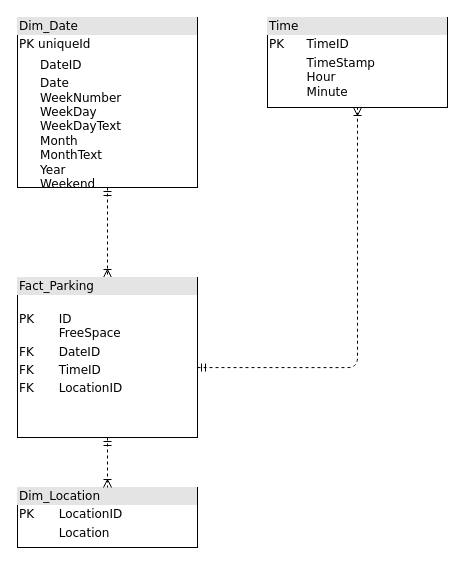
Earlier version of the draw.io diagram StavPark.drawio (sgsakseid/StavPark). Source tidied: cells renumbered, new cells numbered last; positions are measured from the earlier drawing's top-left corner, leaving out a move shared by most shapes. Both pictures are drawn from the tidied source at 100%, with x=0, y=0 at pixel (17, 17).
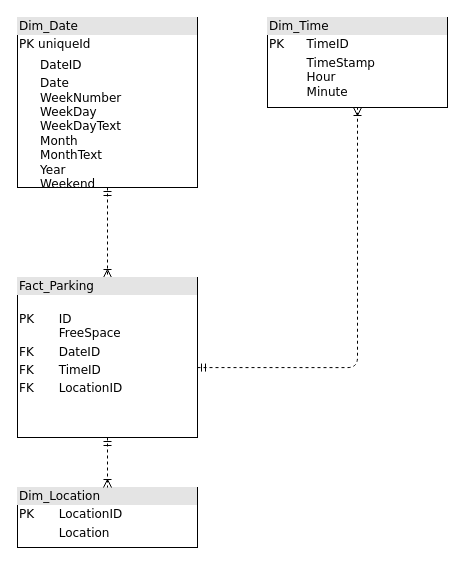
The same diagram, later.

Change to the diagram source:
```diff
@@
 <mxGraphModel>
   <root>
     <mxCell id="0" />
     <mxCell id="1" parent="0" />
     <mxCell id="2" style="edgeStyle=orthogonalEdgeStyle;html=1;entryX=0.5;entryY=0;dashed=1;labelBackgroundColor=none;startArrow=ERmandOne;endArrow=ERoneToMany;fontFamily=Verdana;fontSize=12;align=left;entryDx=0;entryDy=0;entryPerimeter=0;exitX=0.5;exitY=1;exitDx=0;exitDy=0;" parent="1" edge="1" source="8" target="6">
       <mxGeometry relative="1" as="geometry" />
     </mxCell>
     <mxCell id="3" style="edgeStyle=orthogonalEdgeStyle;html=1;dashed=1;labelBackgroundColor=none;startArrow=ERmandOne;endArrow=ERoneToMany;fontFamily=Verdana;fontSize=12;align=left;exitX=1;exitY=0.563;exitDx=0;exitDy=0;exitPerimeter=0;entryX=0.5;entryY=1;entryDx=0;entryDy=0;" parent="1" edge="1" source="6" target="7">
       <mxGeometry relative="1" as="geometry">
         <Array as="points">
           <mxPoint x="340" y="350" />
         </Array>
       </mxGeometry>
     </mxCell>
     <mxCell id="4" value="&lt;div style=&quot;box-sizing: border-box ; width: 100% ; background: #e4e4e4 ; padding: 2px&quot;&gt;Dim_Location&lt;/div&gt;&lt;table style=&quot;width: 100% ; font-size: 1em&quot; cellpadding=&quot;2&quot; cellspacing=&quot;0&quot;&gt;&lt;tbody&gt;&lt;tr&gt;&lt;td&gt;PK&lt;/td&gt;&lt;td&gt;LocationID&lt;/td&gt;&lt;/tr&gt;&lt;tr&gt;&lt;td&gt;&lt;br&gt;&lt;/td&gt;&lt;td&gt;Location&lt;/td&gt;&lt;/tr&gt;&lt;/tbody&gt;&lt;/table&gt;" style="verticalAlign=top;align=left;overflow=fill;html=1;rounded=0;shadow=0;comic=0;labelBackgroundColor=none;strokeWidth=1;fontFamily=Verdana;fontSize=12;" parent="1" vertex="1">
       <mxGeometry y="470" width="180" height="60" as="geometry" />
     </mxCell>
     <mxCell id="5" style="edgeStyle=orthogonalEdgeStyle;html=1;entryX=0.5;entryY=0;labelBackgroundColor=none;startArrow=ERmandOne;endArrow=ERoneToMany;fontFamily=Verdana;fontSize=12;align=left;dashed=1;" parent="1" edge="1" source="6" target="4">
       <mxGeometry relative="1" as="geometry" />
     </mxCell>
     <mxCell id="6" value="&lt;div style=&quot;box-sizing: border-box ; width: 100% ; background: #e4e4e4 ; padding: 2px&quot;&gt;Fact_Parking&lt;/div&gt;&lt;table style=&quot;width: 100% ; font-size: 1em&quot; cellpadding=&quot;2&quot; cellspacing=&quot;0&quot;&gt;&lt;tbody&gt;&lt;tr&gt;&lt;td&gt;PK&lt;/td&gt;&lt;td&gt;&lt;br&gt;ID&lt;br&gt;FreeSpace&lt;/td&gt;&lt;/tr&gt;&lt;tr&gt;&lt;td&gt;FK&lt;/td&gt;&lt;td&gt;DateID&lt;/td&gt;&lt;/tr&gt;&lt;tr&gt;&lt;td&gt;FK&lt;/td&gt;&lt;td&gt;TimeID&lt;/td&gt;&lt;/tr&gt;&lt;tr&gt;&lt;td&gt;FK&lt;/td&gt;&lt;td&gt;LocationID&lt;/td&gt;&lt;/tr&gt;&lt;/tbody&gt;&lt;/table&gt;" style="verticalAlign=top;align=left;overflow=fill;html=1;rounded=0;shadow=0;comic=0;labelBackgroundColor=none;strokeWidth=1;fontFamily=Verdana;fontSize=12;" parent="1" vertex="1">
       <mxGeometry y="260" width="180" height="160" as="geometry" />
     </mxCell>
-    <mxCell id="7" value="&lt;div style=&quot;box-sizing: border-box ; width: 100% ; background: #e4e4e4 ; padding: 2px&quot;&gt;Time&lt;/div&gt;&lt;table style=&quot;width: 100% ; font-size: 1em&quot; cellpadding=&quot;2&quot; cellspacing=&quot;0&quot;&gt;&lt;tbody&gt;&lt;tr&gt;&lt;td&gt;PK&lt;/td&gt;&lt;td&gt;TimeID&lt;/td&gt;&lt;/tr&gt;&lt;tr&gt;&lt;td&gt;&lt;/td&gt;&lt;td&gt;TimeStamp&lt;br&gt;Hour&lt;br&gt;Minute&lt;br&gt;&lt;/td&gt;&lt;/tr&gt;&lt;tr&gt;&lt;td&gt;&lt;/td&gt;&lt;td&gt;&lt;br&gt;&lt;/td&gt;&lt;/tr&gt;&lt;tr&gt;&lt;td&gt;&lt;/td&gt;&lt;td&gt;&lt;br&gt;&lt;/td&gt;&lt;/tr&gt;&lt;/tbody&gt;&lt;/table&gt;" style="verticalAlign=top;align=left;overflow=fill;html=1;rounded=0;shadow=0;comic=0;labelBackgroundColor=none;strokeWidth=1;fontFamily=Verdana;fontSize=12;" parent="1" vertex="1">
+    <mxCell id="7" value="&lt;div style=&quot;box-sizing: border-box ; width: 100% ; background: #e4e4e4 ; padding: 2px&quot;&gt;Dim_Time&lt;/div&gt;&lt;table style=&quot;width: 100% ; font-size: 1em&quot; cellpadding=&quot;2&quot; cellspacing=&quot;0&quot;&gt;&lt;tbody&gt;&lt;tr&gt;&lt;td&gt;PK&lt;/td&gt;&lt;td&gt;TimeID&lt;/td&gt;&lt;/tr&gt;&lt;tr&gt;&lt;td&gt;&lt;/td&gt;&lt;td&gt;TimeStamp&lt;br&gt;Hour&lt;br&gt;Minute&lt;br&gt;&lt;/td&gt;&lt;/tr&gt;&lt;tr&gt;&lt;td&gt;&lt;/td&gt;&lt;td&gt;&lt;br&gt;&lt;/td&gt;&lt;/tr&gt;&lt;tr&gt;&lt;td&gt;&lt;/td&gt;&lt;td&gt;&lt;br&gt;&lt;/td&gt;&lt;/tr&gt;&lt;/tbody&gt;&lt;/table&gt;" style="verticalAlign=top;align=left;overflow=fill;html=1;rounded=0;shadow=0;comic=0;labelBackgroundColor=none;strokeWidth=1;fontFamily=Verdana;fontSize=12;" parent="1" vertex="1">
       <mxGeometry x="250" width="180" height="90" as="geometry" />
     </mxCell>
     <mxCell id="8" value="&lt;div style=&quot;box-sizing: border-box ; width: 100% ; background: #e4e4e4 ; padding: 2px&quot;&gt;Dim_Date&lt;br&gt;&lt;/div&gt;&lt;table style=&quot;width: 100% ; font-size: 1em&quot; cellpadding=&quot;2&quot; cellspacing=&quot;0&quot;&gt;&lt;tbody&gt;&lt;tr&gt;&lt;td&gt;PK&lt;/td&gt;&lt;td&gt;uniqueId&lt;/td&gt;&lt;/tr&gt;&lt;tr&gt;&lt;td&gt;&lt;br&gt;&lt;/td&gt;&lt;td&gt;&lt;table cellpadding=&quot;2&quot; cellspacing=&quot;0&quot; style=&quot;font-size: 1em ; width: 176px&quot;&gt;&lt;tbody&gt;&lt;tr&gt;&lt;td&gt;DateID&lt;/td&gt;&lt;/tr&gt;&lt;tr&gt;&lt;td&gt;Date&lt;br&gt;WeekNumber&lt;br&gt;WeekDay&lt;br&gt;WeekDayText&lt;br&gt;Month&lt;br&gt;MonthText&lt;br&gt;Year&lt;br&gt;Weekend&lt;br&gt;&lt;/td&gt;&lt;td&gt;&lt;br&gt;&lt;/td&gt;&lt;/tr&gt;&lt;/tbody&gt;&lt;/table&gt;&lt;/td&gt;&lt;/tr&gt;&lt;/tbody&gt;&lt;/table&gt;" style="verticalAlign=top;align=left;overflow=fill;html=1;rounded=0;shadow=0;comic=0;labelBackgroundColor=none;strokeWidth=1;fontFamily=Verdana;fontSize=12;" parent="1" vertex="1">
       <mxGeometry width="180" height="170" as="geometry" />
     </mxCell>
   </root>
 </mxGraphModel>
```
